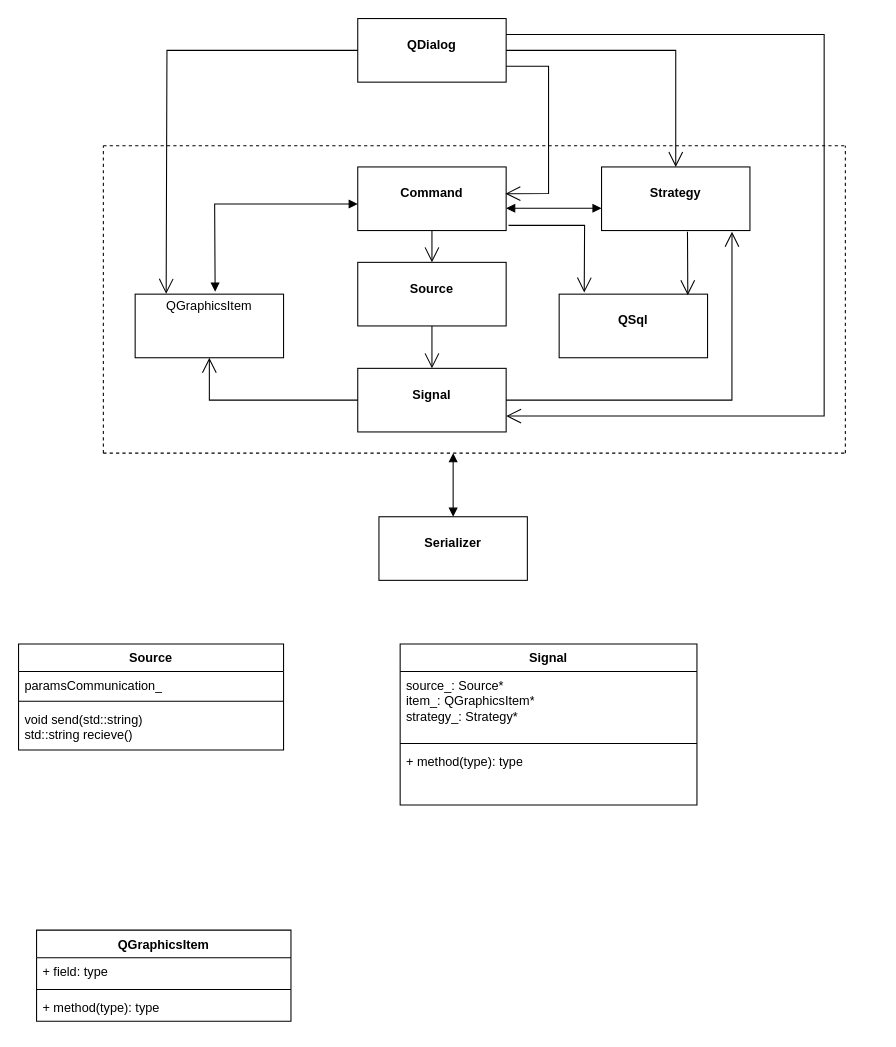
This is Total structure.drawio from AleksandrMuratov/ScadaMAS, a draw.io file, before an edit. Source tidied: cells renumbered, new cells numbered last; positions are measured from the earlier drawing's top-left corner, leaving out a move shared by most shapes. Both pictures are drawn from the tidied source at 106%, with x=0, y=0 at pixel (18, 18).
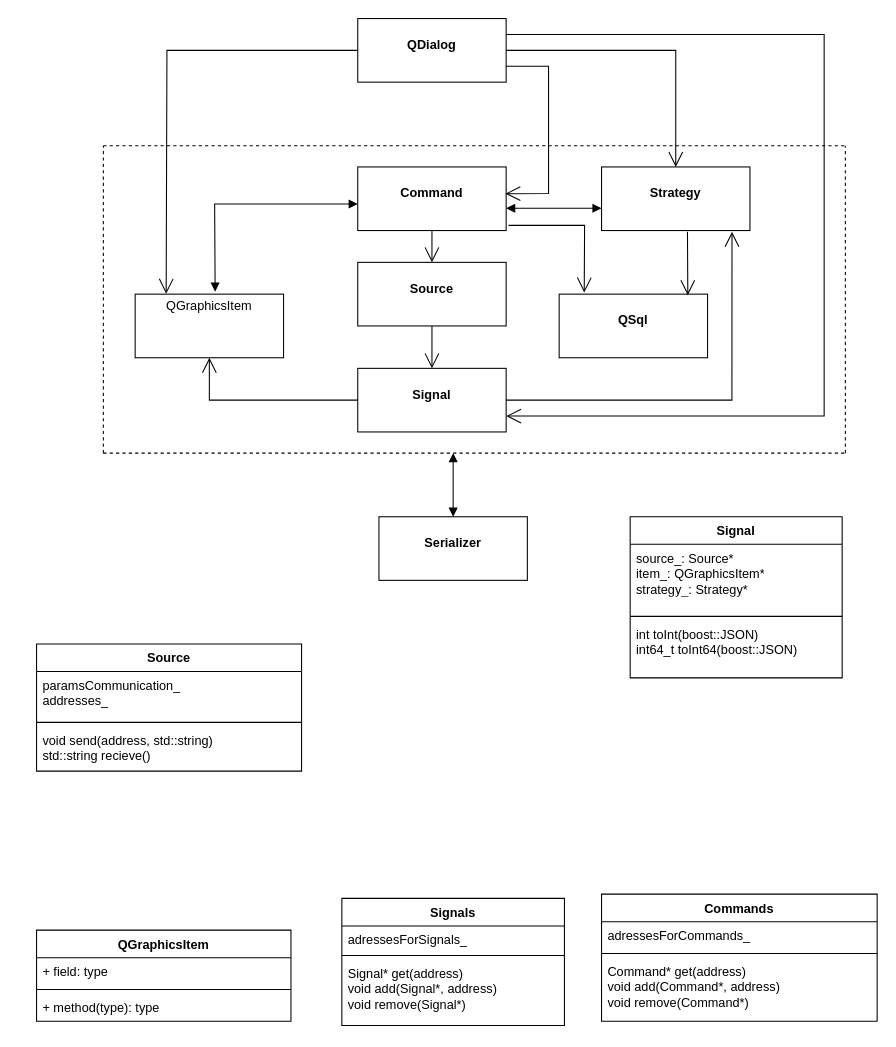
The same diagram, later.

Change to the diagram source:
```diff
@@
     <mxCell id="27" value="Source" style="swimlane;fontStyle=1;align=center;verticalAlign=top;horizontal=1;startSize=26;whiteSpace=wrap;html=1;" parent="1" vertex="1">
-      <mxGeometry y="590" width="250" height="100" as="geometry" />
+      <mxGeometry x="17" y="590" width="250" height="120" as="geometry" />
     </mxCell>
-    <mxCell id="28" value="paramsCommunication_" style="text;strokeColor=none;fillColor=none;align=left;verticalAlign=top;spacingLeft=4;spacingRight=4;overflow=hidden;whiteSpace=wrap;html=1;" parent="27" vertex="1">
-      <mxGeometry y="26" width="250" height="24" as="geometry" />
+    <mxCell id="28" value="paramsCommunication_&lt;div&gt;addresses_&lt;/div&gt;" style="text;strokeColor=none;fillColor=none;align=left;verticalAlign=top;spacingLeft=4;spacingRight=4;overflow=hidden;whiteSpace=wrap;html=1;" parent="27" vertex="1">
+      <mxGeometry y="26" width="250" height="44" as="geometry" />
     </mxCell>
     <mxCell id="29" style="line;strokeWidth=1;fillColor=none;align=left;verticalAlign=middle;spacingTop=-1;spacingLeft=3;spacingRight=3;labelPosition=right;strokeColor=inherit;" parent="27" vertex="1">
-      <mxGeometry y="50" width="250" height="8" as="geometry" />
+      <mxGeometry y="70" width="250" height="8" as="geometry" />
     </mxCell>
-    <mxCell id="30" value="void send(std::string)&lt;div&gt;std::string recieve()&lt;/div&gt;" style="text;strokeColor=none;fillColor=none;align=left;verticalAlign=top;spacingLeft=4;spacingRight=4;overflow=hidden;whiteSpace=wrap;html=1;" parent="27" vertex="1">
-      <mxGeometry y="58" width="250" height="42" as="geometry" />
+    <mxCell id="30" value="void send(address, std::string)&lt;div&gt;std::string recieve()&lt;/div&gt;" style="text;strokeColor=none;fillColor=none;align=left;verticalAlign=top;spacingLeft=4;spacingRight=4;overflow=hidden;whiteSpace=wrap;html=1;" parent="27" vertex="1">
+      <mxGeometry y="78" width="250" height="42" as="geometry" />
     </mxCell>
     <mxCell id="31" value="Signal" style="swimlane;fontStyle=1;align=center;verticalAlign=top;horizontal=1;startSize=26;whiteSpace=wrap;html=1;" parent="1" vertex="1">
-      <mxGeometry x="360" y="590" width="280" height="152" as="geometry" />
+      <mxGeometry x="577" y="470" width="200" height="152" as="geometry" />
     </mxCell>
     <mxCell id="32" value="source_: Source*&lt;div&gt;item_: QGraphicsItem*&lt;/div&gt;&lt;div&gt;strategy_: Strategy*&lt;/div&gt;" style="text;strokeColor=none;fillColor=none;align=left;verticalAlign=top;spacingLeft=4;spacingRight=4;overflow=hidden;whiteSpace=wrap;html=1;" parent="31" vertex="1">
-      <mxGeometry y="26" width="280" height="64" as="geometry" />
+      <mxGeometry y="26" width="200" height="64" as="geometry" />
     </mxCell>
     <mxCell id="33" style="line;strokeWidth=1;fillColor=none;align=left;verticalAlign=middle;spacingTop=-1;spacingLeft=3;spacingRight=3;labelPosition=right;strokeColor=inherit;" parent="31" vertex="1">
-      <mxGeometry y="90" width="280" height="8" as="geometry" />
+      <mxGeometry y="90" width="200" height="8" as="geometry" />
     </mxCell>
-    <mxCell id="34" value="+ method(type): type" style="text;strokeColor=none;fillColor=none;align=left;verticalAlign=top;spacingLeft=4;spacingRight=4;overflow=hidden;whiteSpace=wrap;html=1;" parent="31" vertex="1">
-      <mxGeometry y="98" width="280" height="54" as="geometry" />
+    <mxCell id="34" value="int toInt(boost::JSON)&lt;div&gt;int64_t toInt64(boost::JSON)&lt;/div&gt;&lt;div&gt;&lt;br&gt;&lt;/div&gt;" style="text;strokeColor=none;fillColor=none;align=left;verticalAlign=top;spacingLeft=4;spacingRight=4;overflow=hidden;whiteSpace=wrap;html=1;" parent="31" vertex="1">
+      <mxGeometry y="98" width="200" height="54" as="geometry" />
     </mxCell>
@@
+    <mxCell id="39" value="Signals" style="swimlane;fontStyle=1;align=center;verticalAlign=top;horizontal=1;startSize=26;whiteSpace=wrap;html=1;" parent="1" vertex="1">
+      <mxGeometry x="305" y="830" width="210" height="120" as="geometry" />
+    </mxCell>
+    <mxCell id="40" value="adressesForSignals_" style="text;strokeColor=none;fillColor=none;align=left;verticalAlign=top;spacingLeft=4;spacingRight=4;overflow=hidden;whiteSpace=wrap;html=1;" parent="39" vertex="1">
+      <mxGeometry y="26" width="210" height="24" as="geometry" />
+    </mxCell>
+    <mxCell id="41" style="line;strokeWidth=1;fillColor=none;align=left;verticalAlign=middle;spacingTop=-1;spacingLeft=3;spacingRight=3;labelPosition=right;strokeColor=inherit;" parent="39" vertex="1">
+      <mxGeometry y="50" width="210" height="8" as="geometry" />
+    </mxCell>
+    <mxCell id="42" value="Signal* get(address)&lt;div&gt;void add(Signal*, address)&lt;/div&gt;&lt;div&gt;void remove(Signal*)&lt;/div&gt;" style="text;strokeColor=none;fillColor=none;align=left;verticalAlign=top;spacingLeft=4;spacingRight=4;overflow=hidden;whiteSpace=wrap;html=1;" parent="39" vertex="1">
+      <mxGeometry y="58" width="210" height="62" as="geometry" />
+    </mxCell>
+    <mxCell id="43" value="Commands" style="swimlane;fontStyle=1;align=center;verticalAlign=top;horizontal=1;startSize=26;whiteSpace=wrap;html=1;" parent="1" vertex="1">
+      <mxGeometry x="550" y="826" width="260" height="120" as="geometry" />
+    </mxCell>
+    <mxCell id="44" value="adressesForCommands_" style="text;strokeColor=none;fillColor=none;align=left;verticalAlign=top;spacingLeft=4;spacingRight=4;overflow=hidden;whiteSpace=wrap;html=1;" parent="43" vertex="1">
+      <mxGeometry y="26" width="260" height="26" as="geometry" />
+    </mxCell>
+    <mxCell id="45" style="line;strokeWidth=1;fillColor=none;align=left;verticalAlign=middle;spacingTop=-1;spacingLeft=3;spacingRight=3;labelPosition=right;strokeColor=inherit;" parent="43" vertex="1">
+      <mxGeometry y="52" width="260" height="8" as="geometry" />
+    </mxCell>
+    <mxCell id="46" value="&lt;div&gt;Command* get(address)&lt;/div&gt;&lt;div&gt;void add(Command*, address)&lt;/div&gt;&lt;div&gt;void remove(Command*)&lt;/div&gt;" style="text;strokeColor=none;fillColor=none;align=left;verticalAlign=top;spacingLeft=4;spacingRight=4;overflow=hidden;whiteSpace=wrap;html=1;" parent="43" vertex="1">
+      <mxGeometry y="60" width="260" height="60" as="geometry" />
+    </mxCell>
```
